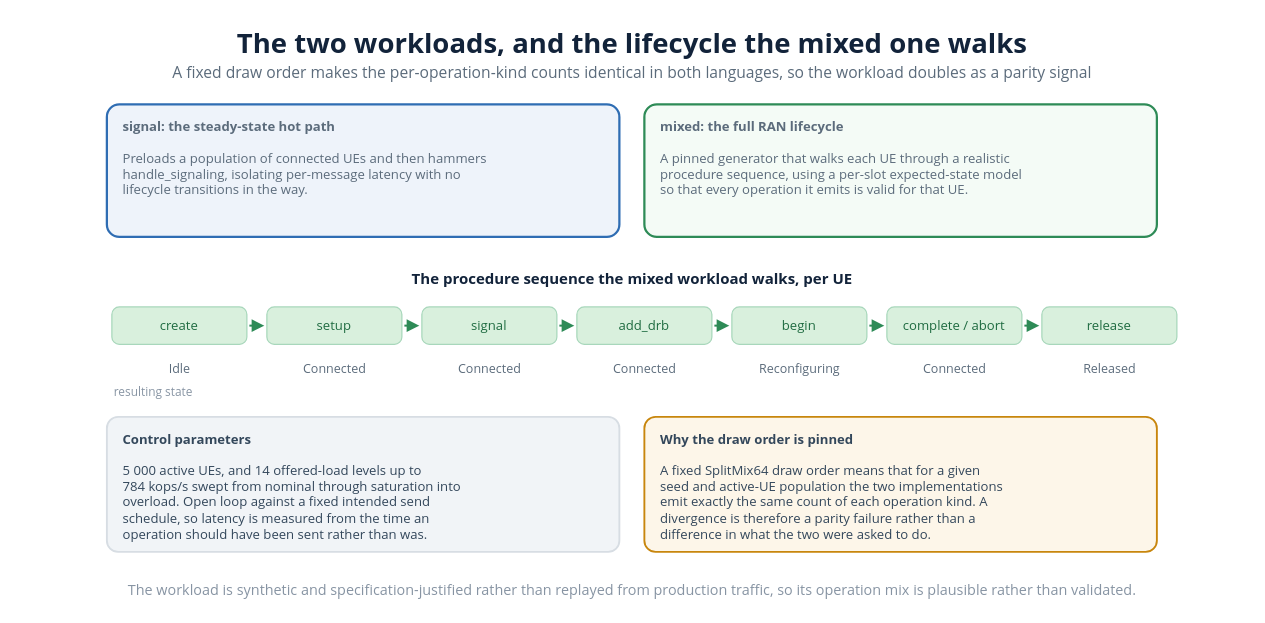
Before: diagrams/27_workload_timeline.drawio in VienThanh12/Master-Thesis, a draw.io diagram. Source tidied: cells renumbered, new cells numbered last; positions are measured from the earlier drawing's top-left corner, leaving out a move shared by most shapes. Both pictures are drawn from the tidied source at 125%, with x=0, y=0 at pixel (20, 20).
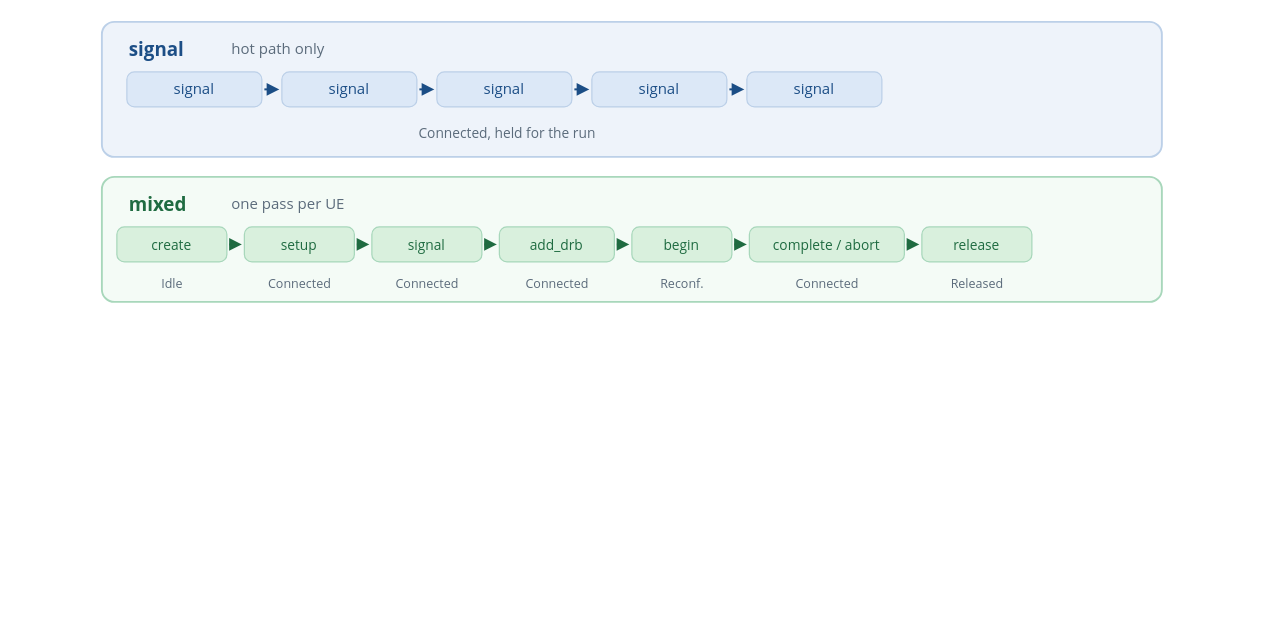
The same page after the edit.

The edit, as a diff of the source:
```diff
@@
-    <mxCell id="2" value="The two workloads, and the lifecycle the mixed one walks" style="text;html=1;strokeColor=none;fillColor=none;whiteSpace=nowrap;align=center;verticalAlign=middle;fontSize=22;fontColor=#12233a;fontFamily=Segoe UI;fontStyle=1;" parent="1" vertex="1">
-      <mxGeometry x="153.3" y="0.1" width="671.4" height="33" as="geometry" />
+    <mxCell id="2" style="rounded=1;whiteSpace=wrap;html=1;absoluteArcSize=1;arcSize=20;fillColor=#eef3fa;strokeColor=#bcd0e8;strokeWidth=1.5;" parent="1" vertex="1">
+      <mxGeometry x="65" y="1" width="848" height="108" as="geometry" />
     </mxCell>
-    <mxCell id="3" value="A fixed draw order makes the per-operation-kind counts identical in both languages, so the workload doubles as a parity signal" style="text;html=1;strokeColor=none;fillColor=none;whiteSpace=nowrap;align=center;verticalAlign=middle;fontSize=12.5;fontColor=#5b6b7b;fontFamily=Segoe UI;" parent="1" vertex="1">
-      <mxGeometry x="59.8" y="31.1" width="858.4" height="18.8" as="geometry" />
+    <mxCell id="3" value="signal" style="text;html=1;strokeColor=none;fillColor=none;whiteSpace=nowrap;align=left;verticalAlign=middle;fontSize=15;fontColor=#1c4e86;fontFamily=Segoe UI;fontStyle=1;" parent="1" vertex="1">
+      <mxGeometry x="85" y="10.8" width="49" height="22.5" as="geometry" />
     </mxCell>
-    <mxCell id="4" value="&lt;b&gt;signal: the steady-state hot path&lt;/b&gt;&lt;br&gt;&lt;br&gt;Preloads a population of connected UEs and then hammers&lt;br&gt;handle_signaling, isolating per-message latency with no&lt;br&gt;lifecycle transitions in the way." style="rounded=1;whiteSpace=wrap;html=1;absoluteArcSize=1;arcSize=20;fillColor=#eef3fa;strokeColor=#2f6db3;strokeWidth=1.8;align=left;verticalAlign=top;spacingLeft=11;spacingTop=5;spacingRight=6;fontSize=10.5;fontColor=#5b6b7b;fontFamily=Segoe UI;" parent="1" vertex="1">
-      <mxGeometry x="69" y="67" width="410" height="106" as="geometry" />
-    </mxCell>
+    <mxCell id="31" value="hot path only" style="text;html=1;strokeColor=none;fillColor=none;whiteSpace=nowrap;align=left;verticalAlign=middle;fontSize=12;fontColor=#5b6b7b;fontFamily=Segoe UI;" parent="1" vertex="1">
+      <mxGeometry x="167" y="13.6" width="85" height="18" as="geometry" />
+    </mxCell>
+    <mxCell id="32" value="signal" style="rounded=1;absoluteArcSize=1;arcSize=12;whiteSpace=wrap;html=1;fillColor=#dce8f7;strokeColor=#bcd0e8;align=center;verticalAlign=middle;fontSize=12;fontColor=#1c4e86;fontFamily=Segoe UI;" parent="1" vertex="1">
+      <mxGeometry x="85" y="41" width="108" height="28" as="geometry" />
+    </mxCell>
+    <mxCell id="33" style="html=1;rounded=0;strokeColor=#1c4e86;strokeWidth=1.6;endArrow=block;endFill=1;" parent="1" edge="1">
+      <mxGeometry relative="1" as="geometry">
+        <mxPoint x="195" y="55" as="sourcePoint" />
+        <mxPoint x="207" y="55" as="targetPoint" />
+      </mxGeometry>
+    </mxCell>
+    <mxCell id="34" value="signal" style="rounded=1;absoluteArcSize=1;arcSize=12;whiteSpace=wrap;html=1;fillColor=#dce8f7;strokeColor=#bcd0e8;align=center;verticalAlign=middle;fontSize=12;fontColor=#1c4e86;fontFamily=Segoe UI;" parent="1" vertex="1">
+      <mxGeometry x="209" y="41" width="108" height="28" as="geometry" />
+    </mxCell>
+    <mxCell id="35" style="html=1;rounded=0;strokeColor=#1c4e86;strokeWidth=1.6;endArrow=block;endFill=1;" parent="1" edge="1">
+      <mxGeometry relative="1" as="geometry">
+        <mxPoint x="319" y="55" as="sourcePoint" />
+        <mxPoint x="331" y="55" as="targetPoint" />
+      </mxGeometry>
+    </mxCell>
-    <mxCell id="5" value="&lt;b&gt;mixed: the full RAN lifecycle&lt;/b&gt;&lt;br&gt;&lt;br&gt;A pinned generator that walks each UE through a realistic&lt;br&gt;procedure sequence, using a per-slot expected-state model&lt;br&gt;so that every operation it emits is valid for that UE." style="rounded=1;whiteSpace=wrap;html=1;absoluteArcSize=1;arcSize=20;fillColor=#f4fbf6;strokeColor=#2e8b57;strokeWidth=1.8;align=left;verticalAlign=top;spacingLeft=11;spacingTop=5;spacingRight=6;fontSize=10.5;fontColor=#5b6b7b;fontFamily=Segoe UI;" parent="1" vertex="1">
-      <mxGeometry x="499" y="67" width="410" height="106" as="geometry" />
+    <mxCell id="5" value="signal" style="rounded=1;absoluteArcSize=1;arcSize=12;whiteSpace=wrap;html=1;fillColor=#dce8f7;strokeColor=#bcd0e8;align=center;verticalAlign=middle;fontSize=12;fontColor=#1c4e86;fontFamily=Segoe UI;" parent="1" vertex="1">
+      <mxGeometry x="333" y="41" width="108" height="28" as="geometry" />
     </mxCell>
-    <mxCell id="6" value="The procedure sequence the mixed workload walks, per UE" style="text;html=1;strokeColor=none;fillColor=none;whiteSpace=nowrap;align=center;verticalAlign=middle;fontSize=12;fontColor=#12233a;fontFamily=Segoe UI;fontStyle=1;" parent="1" vertex="1">
-      <mxGeometry x="309.1" y="197.6" width="359.7" height="18" as="geometry" />
+    <mxCell id="6" style="html=1;rounded=0;strokeColor=#1c4e86;strokeWidth=1.6;endArrow=block;endFill=1;" parent="1" edge="1">
+      <mxGeometry relative="1" as="geometry">
+        <mxPoint x="443" y="55" as="sourcePoint" />
+        <mxPoint x="455" y="55" as="targetPoint" />
+      </mxGeometry>
     </mxCell>
-    <mxCell id="7" value="create" style="rounded=1;absoluteArcSize=1;arcSize=12;whiteSpace=wrap;html=1;fillColor=#d9f0dd;strokeColor=#a8d7bb;align=center;verticalAlign=middle;fontSize=10.5;fontColor=#1f6b41;fontFamily=Segoe UI;" parent="1" vertex="1">
-      <mxGeometry x="73" y="229" width="108" height="30" as="geometry" />
+    <mxCell id="7" value="signal" style="rounded=1;absoluteArcSize=1;arcSize=12;whiteSpace=wrap;html=1;fillColor=#dce8f7;strokeColor=#bcd0e8;align=center;verticalAlign=middle;fontSize=12;fontColor=#1c4e86;fontFamily=Segoe UI;" parent="1" vertex="1">
+      <mxGeometry x="457" y="41" width="108" height="28" as="geometry" />
     </mxCell>
-    <mxCell id="8" value="Idle" style="text;html=1;strokeColor=none;fillColor=none;whiteSpace=nowrap;align=center;verticalAlign=middle;fontSize=10;fontColor=#5b6b7b;fontFamily=Segoe UI;" parent="1" vertex="1">
-      <mxGeometry x="116.1" y="269.5" width="21.8" height="15" as="geometry" />
+    <mxCell id="8" style="html=1;rounded=0;strokeColor=#1c4e86;strokeWidth=1.6;endArrow=block;endFill=1;" parent="1" edge="1">
+      <mxGeometry relative="1" as="geometry">
+        <mxPoint x="567" y="55" as="sourcePoint" />
+        <mxPoint x="579" y="55" as="targetPoint" />
+      </mxGeometry>
     </mxCell>
-    <mxCell id="9" style="html=1;rounded=0;strokeColor=#2e8b57;strokeWidth=1.6;endArrow=block;endFill=1;" parent="1" edge="1">
-      <mxGeometry relative="1" as="geometry">
-        <mxPoint x="183" y="244" as="sourcePoint" />
-        <mxPoint x="195" y="244" as="targetPoint" />
-      </mxGeometry>
-    </mxCell>
+    <mxCell id="36" value="signal" style="rounded=1;absoluteArcSize=1;arcSize=12;whiteSpace=wrap;html=1;fillColor=#dce8f7;strokeColor=#bcd0e8;align=center;verticalAlign=middle;fontSize=12;fontColor=#1c4e86;fontFamily=Segoe UI;" parent="1" vertex="1">
+      <mxGeometry x="581" y="41" width="108" height="28" as="geometry" />
+    </mxCell>
-    <mxCell id="10" value="setup" style="rounded=1;absoluteArcSize=1;arcSize=12;whiteSpace=wrap;html=1;fillColor=#d9f0dd;strokeColor=#a8d7bb;align=center;verticalAlign=middle;fontSize=10.5;fontColor=#1f6b41;fontFamily=Segoe UI;" parent="1" vertex="1">
-      <mxGeometry x="197" y="229" width="108" height="30" as="geometry" />
+    <mxCell id="10" value="Connected, held for the run" style="text;html=1;strokeColor=none;fillColor=none;whiteSpace=nowrap;align=center;verticalAlign=middle;fontSize=11;fontColor=#5b6b7b;fontFamily=Segoe UI;" parent="1" vertex="1">
+      <mxGeometry x="308.1" y="80.5" width="161.9" height="16.5" as="geometry" />
     </mxCell>
-    <mxCell id="11" value="Connected" style="text;html=1;strokeColor=none;fillColor=none;whiteSpace=nowrap;align=center;verticalAlign=middle;fontSize=10;fontColor=#5b6b7b;fontFamily=Segoe UI;" parent="1" vertex="1">
-      <mxGeometry x="226.5" y="269.5" width="49" height="15" as="geometry" />
+    <mxCell id="11" style="rounded=1;whiteSpace=wrap;html=1;absoluteArcSize=1;arcSize=20;fillColor=#f4fbf6;strokeColor=#a8d7bb;strokeWidth=1.5;" parent="1" vertex="1">
+      <mxGeometry x="65" y="125" width="848" height="100" as="geometry" />
     </mxCell>
-    <mxCell id="12" style="html=1;rounded=0;strokeColor=#2e8b57;strokeWidth=1.6;endArrow=block;endFill=1;" parent="1" edge="1">
-      <mxGeometry relative="1" as="geometry">
-        <mxPoint x="307" y="244" as="sourcePoint" />
-        <mxPoint x="319" y="244" as="targetPoint" />
-      </mxGeometry>
+    <mxCell id="12" value="mixed" style="text;html=1;strokeColor=none;fillColor=none;whiteSpace=nowrap;align=left;verticalAlign=middle;fontSize=15;fontColor=#1f6b41;fontFamily=Segoe UI;fontStyle=1;" parent="1" vertex="1">
+      <mxGeometry x="85" y="134.8" width="40.9" height="22.5" as="geometry" />
     </mxCell>
-    <mxCell id="13" value="signal" style="rounded=1;absoluteArcSize=1;arcSize=12;whiteSpace=wrap;html=1;fillColor=#d9f0dd;strokeColor=#a8d7bb;align=center;verticalAlign=middle;fontSize=10.5;fontColor=#1f6b41;fontFamily=Segoe UI;" parent="1" vertex="1">
-      <mxGeometry x="321" y="229" width="108" height="30" as="geometry" />
-    </mxCell>
+    <mxCell id="37" value="one pass per UE" style="text;html=1;strokeColor=none;fillColor=none;whiteSpace=nowrap;align=left;verticalAlign=middle;fontSize=12;fontColor=#5b6b7b;fontFamily=Segoe UI;" parent="1" vertex="1">
+      <mxGeometry x="167" y="137.6" width="98.1" height="18" as="geometry" />
+    </mxCell>
-    <mxCell id="14" value="Connected" style="text;html=1;strokeColor=none;fillColor=none;whiteSpace=nowrap;align=center;verticalAlign=middle;fontSize=10;fontColor=#5b6b7b;fontFamily=Segoe UI;" parent="1" vertex="1">
-      <mxGeometry x="350.5" y="269.5" width="49" height="15" as="geometry" />
+    <mxCell id="14" value="create" style="rounded=1;absoluteArcSize=1;arcSize=12;whiteSpace=wrap;html=1;fillColor=#d9f0dd;strokeColor=#a8d7bb;align=center;verticalAlign=middle;fontSize=11;fontColor=#1f6b41;fontFamily=Segoe UI;" parent="1" vertex="1">
+      <mxGeometry x="77" y="165" width="88" height="28" as="geometry" />
     </mxCell>
-    <mxCell id="15" style="html=1;rounded=0;strokeColor=#2e8b57;strokeWidth=1.6;endArrow=block;endFill=1;" parent="1" edge="1">
+    <mxCell id="15" style="html=1;rounded=0;strokeColor=#1f6b41;strokeWidth=1.6;endArrow=block;endFill=1;" parent="1" edge="1">
       <mxGeometry relative="1" as="geometry">
-        <mxPoint x="431" y="244" as="sourcePoint" />
-        <mxPoint x="443" y="244" as="targetPoint" />
+        <mxPoint x="167" y="179" as="sourcePoint" />
+        <mxPoint x="177" y="179" as="targetPoint" />
       </mxGeometry>
     </mxCell>
-    <mxCell id="16" value="add_drb" style="rounded=1;absoluteArcSize=1;arcSize=12;whiteSpace=wrap;html=1;fillColor=#d9f0dd;strokeColor=#a8d7bb;align=center;verticalAlign=middle;fontSize=10.5;fontColor=#1f6b41;fontFamily=Segoe UI;" parent="1" vertex="1">
-      <mxGeometry x="445" y="229" width="108" height="30" as="geometry" />
+    <mxCell id="16" value="setup" style="rounded=1;absoluteArcSize=1;arcSize=12;whiteSpace=wrap;html=1;fillColor=#d9f0dd;strokeColor=#a8d7bb;align=center;verticalAlign=middle;fontSize=11;fontColor=#1f6b41;fontFamily=Segoe UI;" parent="1" vertex="1">
+      <mxGeometry x="179" y="165" width="88" height="28" as="geometry" />
     </mxCell>
-    <mxCell id="17" value="Connected" style="text;html=1;strokeColor=none;fillColor=none;whiteSpace=nowrap;align=center;verticalAlign=middle;fontSize=10;fontColor=#5b6b7b;fontFamily=Segoe UI;" parent="1" vertex="1">
-      <mxGeometry x="474.5" y="269.5" width="49" height="15" as="geometry" />
+    <mxCell id="17" style="html=1;rounded=0;strokeColor=#1f6b41;strokeWidth=1.6;endArrow=block;endFill=1;" parent="1" edge="1">
+      <mxGeometry relative="1" as="geometry">
+        <mxPoint x="269" y="179" as="sourcePoint" />
+        <mxPoint x="279" y="179" as="targetPoint" />
+      </mxGeometry>
     </mxCell>
-    <mxCell id="18" style="html=1;rounded=0;strokeColor=#2e8b57;strokeWidth=1.6;endArrow=block;endFill=1;" parent="1" edge="1">
-      <mxGeometry relative="1" as="geometry">
-        <mxPoint x="555" y="244" as="sourcePoint" />
-        <mxPoint x="567" y="244" as="targetPoint" />
-      </mxGeometry>
-    </mxCell>
+    <mxCell id="38" value="signal" style="rounded=1;absoluteArcSize=1;arcSize=12;whiteSpace=wrap;html=1;fillColor=#d9f0dd;strokeColor=#a8d7bb;align=center;verticalAlign=middle;fontSize=11;fontColor=#1f6b41;fontFamily=Segoe UI;" parent="1" vertex="1">
+      <mxGeometry x="281" y="165" width="88" height="28" as="geometry" />
+    </mxCell>
-    <mxCell id="19" value="begin" style="rounded=1;absoluteArcSize=1;arcSize=12;whiteSpace=wrap;html=1;fillColor=#d9f0dd;strokeColor=#a8d7bb;align=center;verticalAlign=middle;fontSize=10.5;fontColor=#1f6b41;fontFamily=Segoe UI;" parent="1" vertex="1">
-      <mxGeometry x="569" y="229" width="108" height="30" as="geometry" />
+    <mxCell id="19" style="html=1;rounded=0;strokeColor=#1f6b41;strokeWidth=1.6;endArrow=block;endFill=1;" parent="1" edge="1">
+      <mxGeometry relative="1" as="geometry">
+        <mxPoint x="371" y="179" as="sourcePoint" />
+        <mxPoint x="381" y="179" as="targetPoint" />
+      </mxGeometry>
     </mxCell>
-    <mxCell id="20" value="Reconfiguring" style="text;html=1;strokeColor=none;fillColor=none;whiteSpace=nowrap;align=center;verticalAlign=middle;fontSize=10;fontColor=#5b6b7b;fontFamily=Segoe UI;" parent="1" vertex="1">
-      <mxGeometry x="587.6" y="269.5" width="70.8" height="15" as="geometry" />
-    </mxCell>
-    <mxCell id="21" style="html=1;rounded=0;strokeColor=#2e8b57;strokeWidth=1.6;endArrow=block;endFill=1;" parent="1" edge="1">
-      <mxGeometry relative="1" as="geometry">
-        <mxPoint x="679" y="244" as="sourcePoint" />
-        <mxPoint x="691" y="244" as="targetPoint" />
-      </mxGeometry>
-    </mxCell>
-    <mxCell id="22" value="complete / abort" style="rounded=1;absoluteArcSize=1;arcSize=12;whiteSpace=wrap;html=1;fillColor=#d9f0dd;strokeColor=#a8d7bb;align=center;verticalAlign=middle;fontSize=10.5;fontColor=#1f6b41;fontFamily=Segoe UI;" parent="1" vertex="1">
-      <mxGeometry x="693" y="229" width="108" height="30" as="geometry" />
-    </mxCell>
-    <mxCell id="23" value="Connected" style="text;html=1;strokeColor=none;fillColor=none;whiteSpace=nowrap;align=center;verticalAlign=middle;fontSize=10;fontColor=#5b6b7b;fontFamily=Segoe UI;" parent="1" vertex="1">
-      <mxGeometry x="722.5" y="269.5" width="49" height="15" as="geometry" />
-    </mxCell>
+    <mxCell id="39" value="add_drb" style="rounded=1;absoluteArcSize=1;arcSize=12;whiteSpace=wrap;html=1;fillColor=#d9f0dd;strokeColor=#a8d7bb;align=center;verticalAlign=middle;fontSize=11;fontColor=#1f6b41;fontFamily=Segoe UI;" parent="1" vertex="1">
+      <mxGeometry x="383" y="165" width="92" height="28" as="geometry" />
+    </mxCell>
+    <mxCell id="40" style="html=1;rounded=0;strokeColor=#1f6b41;strokeWidth=1.6;endArrow=block;endFill=1;" parent="1" edge="1">
+      <mxGeometry relative="1" as="geometry">
+        <mxPoint x="477" y="179" as="sourcePoint" />
+        <mxPoint x="487" y="179" as="targetPoint" />
+      </mxGeometry>
+    </mxCell>
-    <mxCell id="24" style="html=1;rounded=0;strokeColor=#2e8b57;strokeWidth=1.6;endArrow=block;endFill=1;" parent="1" edge="1">
-      <mxGeometry relative="1" as="geometry">
-        <mxPoint x="803" y="244" as="sourcePoint" />
-        <mxPoint x="815" y="244" as="targetPoint" />
-      </mxGeometry>
+    <mxCell id="24" value="begin" style="rounded=1;absoluteArcSize=1;arcSize=12;whiteSpace=wrap;html=1;fillColor=#d9f0dd;strokeColor=#a8d7bb;align=center;verticalAlign=middle;fontSize=11;fontColor=#1f6b41;fontFamily=Segoe UI;" parent="1" vertex="1">
+      <mxGeometry x="489" y="165" width="80" height="28" as="geometry" />
     </mxCell>
-    <mxCell id="25" value="release" style="rounded=1;absoluteArcSize=1;arcSize=12;whiteSpace=wrap;html=1;fillColor=#d9f0dd;strokeColor=#a8d7bb;align=center;verticalAlign=middle;fontSize=10.5;fontColor=#1f6b41;fontFamily=Segoe UI;" parent="1" vertex="1">
-      <mxGeometry x="817" y="229" width="108" height="30" as="geometry" />
-    </mxCell>
+    <mxCell id="41" style="html=1;rounded=0;strokeColor=#1f6b41;strokeWidth=1.6;endArrow=block;endFill=1;" parent="1" edge="1">
+      <mxGeometry relative="1" as="geometry">
+        <mxPoint x="571" y="179" as="sourcePoint" />
+        <mxPoint x="581" y="179" as="targetPoint" />
+      </mxGeometry>
+    </mxCell>
-    <mxCell id="26" value="Released" style="text;html=1;strokeColor=none;fillColor=none;whiteSpace=nowrap;align=center;verticalAlign=middle;fontSize=10;fontColor=#5b6b7b;fontFamily=Segoe UI;" parent="1" vertex="1">
-      <mxGeometry x="849.2" y="269.5" width="43.6" height="15" as="geometry" />
+    <mxCell id="26" value="complete / abort" style="rounded=1;absoluteArcSize=1;arcSize=12;whiteSpace=wrap;html=1;fillColor=#d9f0dd;strokeColor=#a8d7bb;align=center;verticalAlign=middle;fontSize=11;fontColor=#1f6b41;fontFamily=Segoe UI;" parent="1" vertex="1">
+      <mxGeometry x="583" y="165" width="124" height="28" as="geometry" />
     </mxCell>
-    <mxCell id="27" value="resulting state" style="text;html=1;strokeColor=none;fillColor=none;whiteSpace=nowrap;align=left;verticalAlign=middle;fontSize=9.5;fontColor=#8794a3;fontFamily=Segoe UI;" parent="1" vertex="1">
-      <mxGeometry x="73" y="290" width="77.7" height="14.2" as="geometry" />
+    <mxCell id="27" style="html=1;rounded=0;strokeColor=#1f6b41;strokeWidth=1.6;endArrow=block;endFill=1;" parent="1" edge="1">
+      <mxGeometry relative="1" as="geometry">
+        <mxPoint x="709" y="179" as="sourcePoint" />
+        <mxPoint x="719" y="179" as="targetPoint" />
+      </mxGeometry>
     </mxCell>
+    <mxCell id="25" value="release" style="rounded=1;absoluteArcSize=1;arcSize=12;whiteSpace=wrap;html=1;fillColor=#d9f0dd;strokeColor=#a8d7bb;align=center;verticalAlign=middle;fontSize=11;fontColor=#1f6b41;fontFamily=Segoe UI;" parent="1" vertex="1">
+      <mxGeometry x="721" y="165" width="88" height="28" as="geometry" />
+    </mxCell>
+    <mxCell id="42" value="Idle" style="text;html=1;strokeColor=none;fillColor=none;whiteSpace=nowrap;align=center;verticalAlign=middle;fontSize=10;fontColor=#5b6b7b;fontFamily=Segoe UI;" parent="1" vertex="1">
+      <mxGeometry x="110.1" y="201.5" width="21.8" height="15" as="geometry" />
+    </mxCell>
+    <mxCell id="43" value="Connected" style="text;html=1;strokeColor=none;fillColor=none;whiteSpace=nowrap;align=center;verticalAlign=middle;fontSize=10;fontColor=#5b6b7b;fontFamily=Segoe UI;" parent="1" vertex="1">
+      <mxGeometry x="198.5" y="201.5" width="49" height="15" as="geometry" />
+    </mxCell>
+    <mxCell id="44" value="Connected" style="text;html=1;strokeColor=none;fillColor=none;whiteSpace=nowrap;align=center;verticalAlign=middle;fontSize=10;fontColor=#5b6b7b;fontFamily=Segoe UI;" parent="1" vertex="1">
+      <mxGeometry x="300.5" y="201.5" width="49" height="15" as="geometry" />
+    </mxCell>
+    <mxCell id="45" value="Connected" style="text;html=1;strokeColor=none;fillColor=none;whiteSpace=nowrap;align=center;verticalAlign=middle;fontSize=10;fontColor=#5b6b7b;fontFamily=Segoe UI;" parent="1" vertex="1">
+      <mxGeometry x="404.5" y="201.5" width="49" height="15" as="geometry" />
+    </mxCell>
-    <mxCell id="28" value="&lt;b&gt;Control parameters&lt;/b&gt;&lt;br&gt;&lt;br&gt;5 000 active UEs, and 14 offered-load levels up to&lt;br&gt;784 kops/s swept from nominal through saturation into&lt;br&gt;overload. Open loop against a fixed intended send&lt;br&gt;schedule, so latency is measured from the time an&lt;br&gt;operation should have been sent rather than was." style="rounded=1;whiteSpace=wrap;html=1;absoluteArcSize=1;arcSize=18;fillColor=#f1f4f7;strokeColor=#d7dde3;strokeWidth=1.5;align=left;verticalAlign=top;spacingLeft=11;spacingTop=5;spacingRight=6;fontSize=10.5;fontColor=#33475b;fontFamily=Segoe UI;" parent="1" vertex="1">
-      <mxGeometry x="69" y="317" width="410" height="108" as="geometry" />
+    <mxCell id="28" value="Reconf." style="text;html=1;strokeColor=none;fillColor=none;whiteSpace=nowrap;align=center;verticalAlign=middle;fontSize=10;fontColor=#5b6b7b;fontFamily=Segoe UI;" parent="1" vertex="1">
+      <mxGeometry x="509.9" y="201.5" width="38.1" height="15" as="geometry" />
     </mxCell>
-    <mxCell id="29" value="&lt;b&gt;Why the draw order is pinned&lt;/b&gt;&lt;br&gt;&lt;br&gt;A fixed SplitMix64 draw order means that for a given&lt;br&gt;seed and active-UE population the two implementations&lt;br&gt;emit exactly the same count of each operation kind. A&lt;br&gt;divergence is therefore a parity failure rather than a&lt;br&gt;difference in what the two were asked to do." style="rounded=1;whiteSpace=wrap;html=1;absoluteArcSize=1;arcSize=18;fillColor=#fdf6e9;strokeColor=#c8860d;strokeWidth=1.5;align=left;verticalAlign=top;spacingLeft=11;spacingTop=5;spacingRight=6;fontSize=10.5;fontColor=#33475b;fontFamily=Segoe UI;" parent="1" vertex="1">
-      <mxGeometry x="499" y="317" width="410" height="108" as="geometry" />
-    </mxCell>
-    <mxCell id="30" value="The workload is synthetic and specification-justified rather than replayed from production traffic, so its operation mix is plausible rather than validated." style="text;html=1;strokeColor=none;fillColor=none;whiteSpace=nowrap;align=center;verticalAlign=middle;fontSize=11.5;fontColor=#8794a3;fontFamily=Segoe UI;" parent="1" vertex="1">
-      <mxGeometry x="0.1" y="446.1" width="977.7" height="17.2" as="geometry" />
-    </mxCell>
+    <mxCell id="46" value="Connected" style="text;html=1;strokeColor=none;fillColor=none;whiteSpace=nowrap;align=center;verticalAlign=middle;fontSize=10;fontColor=#5b6b7b;fontFamily=Segoe UI;" parent="1" vertex="1">
+      <mxGeometry x="620.5" y="201.5" width="49" height="15" as="geometry" />
+    </mxCell>
+    <mxCell id="47" value="Released" style="text;html=1;strokeColor=none;fillColor=none;whiteSpace=nowrap;align=center;verticalAlign=middle;fontSize=10;fontColor=#5b6b7b;fontFamily=Segoe UI;" parent="1" vertex="1">
+      <mxGeometry x="743.2" y="201.5" width="43.6" height="15" as="geometry" />
+    </mxCell>
```
